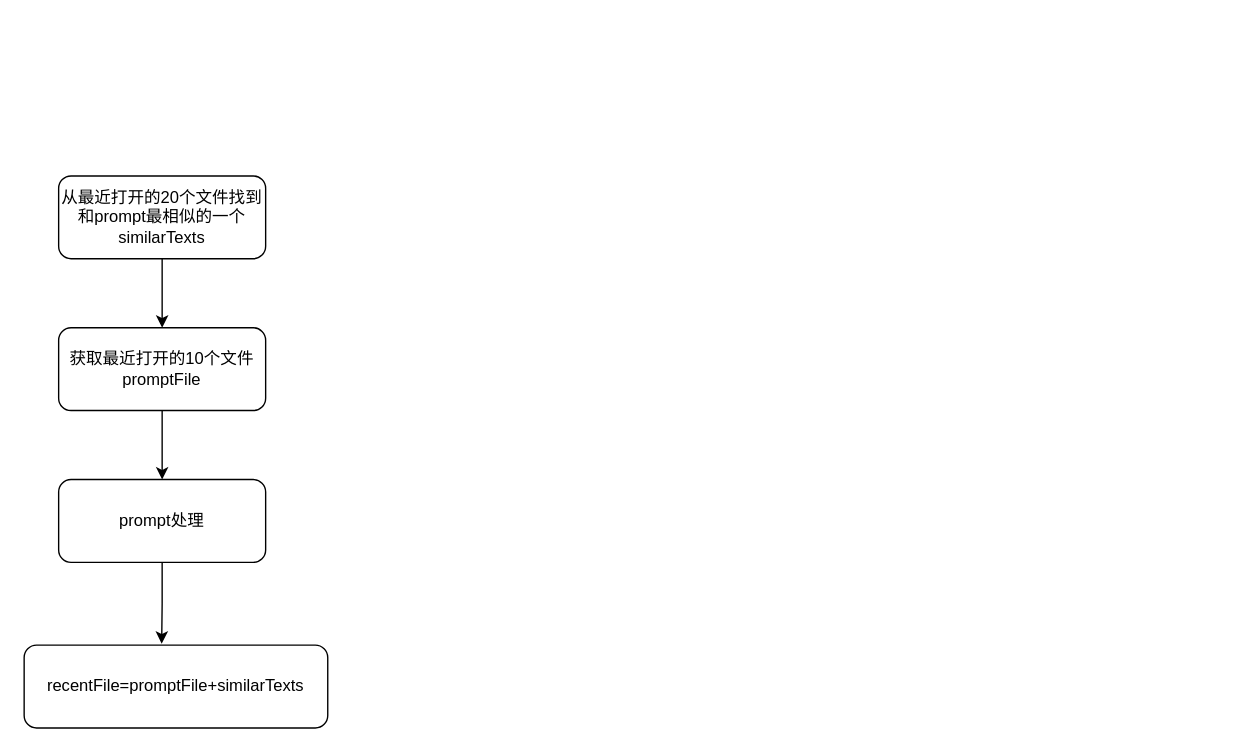
Earlier version of the draw.io diagram page "插件的代码片段相似匹配逻辑优化" (2 of 5) of Hipilot插件开发.drawio (msb8080/my-diagrams). Source tidied: cells renumbered, new cells numbered last; positions are measured from the earlier drawing's top-left corner, leaving out a move shared by most shapes. Both pictures are drawn from the tidied source at 138%, with x=0, y=0 at pixel (23, 175).
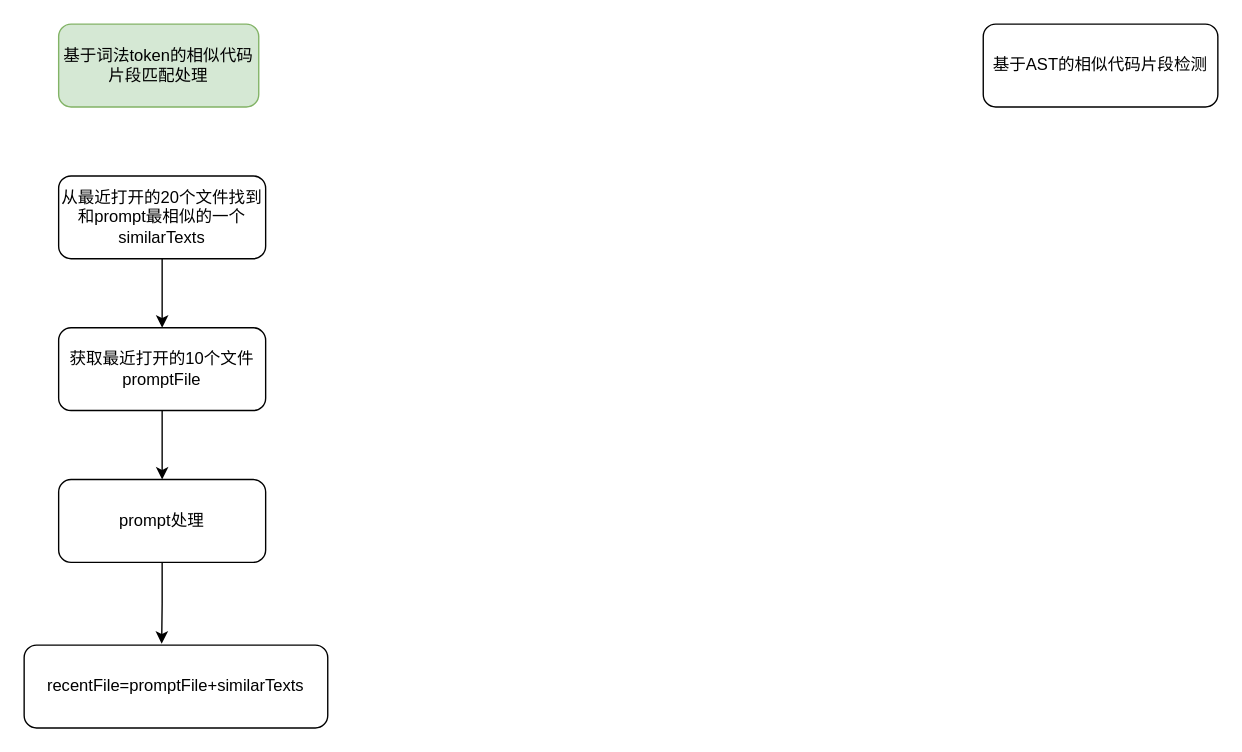
The same page after the edit.

Commit message:
更新Hipilot插件开发.drawio

What changed in the source:
```diff
@@
 <mxGraphModel>
   <root>
     <mxCell id="0" />
     <mxCell id="1" parent="0" />
     <mxCell id="2" style="edgeStyle=orthogonalEdgeStyle;rounded=0;jettySize=auto;html=1;" parent="1" edge="1" source="3" target="5">
       <mxGeometry relative="1" as="geometry" />
     </mxCell>
     <mxCell id="3" value="从最近打开的20个文件找到和prompt最相似的一个&lt;div&gt;similarTexts&lt;/div&gt;" style="rounded=1;whiteSpace=wrap;html=1;" parent="1" vertex="1">
       <mxGeometry x="25" width="150" height="60" as="geometry" />
     </mxCell>
     <mxCell id="4" style="edgeStyle=orthogonalEdgeStyle;rounded=0;jettySize=auto;html=1;" parent="1" edge="1" source="5" target="6">
       <mxGeometry relative="1" as="geometry" />
     </mxCell>
     <mxCell id="5" value="获取最近打开的10个文件&lt;div&gt;promptFile&lt;/div&gt;" style="rounded=1;whiteSpace=wrap;html=1;" parent="1" vertex="1">
       <mxGeometry x="25" y="110" width="150" height="60" as="geometry" />
     </mxCell>
     <mxCell id="6" value="prompt处理" style="rounded=1;whiteSpace=wrap;html=1;" parent="1" vertex="1">
       <mxGeometry x="25" y="220" width="150" height="60" as="geometry" />
     </mxCell>
     <mxCell id="7" value="recentFile=promptFile+similarTexts" style="rounded=1;whiteSpace=wrap;html=1;" parent="1" vertex="1">
       <mxGeometry y="340" width="220" height="60" as="geometry" />
     </mxCell>
     <mxCell id="8" style="edgeStyle=orthogonalEdgeStyle;rounded=0;jettySize=auto;html=1;entryX=0.453;entryY=-0.017;entryDx=0;entryDy=0;entryPerimeter=0;" parent="1" edge="1" source="6" target="7">
       <mxGeometry relative="1" as="geometry" />
     </mxCell>
+    <mxCell id="9" value="基于词法token的相似代码片段匹配处理" style="rounded=1;whiteSpace=wrap;html=1;fillColor=#d5e8d4;strokeColor=#82b366;" parent="1" vertex="1">
+      <mxGeometry x="25" y="-110" width="145" height="60" as="geometry" />
+    </mxCell>
+    <mxCell id="10" value="基于AST的相似代码片段检测" style="rounded=1;whiteSpace=wrap;html=1;" parent="1" vertex="1">
+      <mxGeometry x="695" y="-110" width="170" height="60" as="geometry" />
+    </mxCell>
   </root>
 </mxGraphModel>
```
